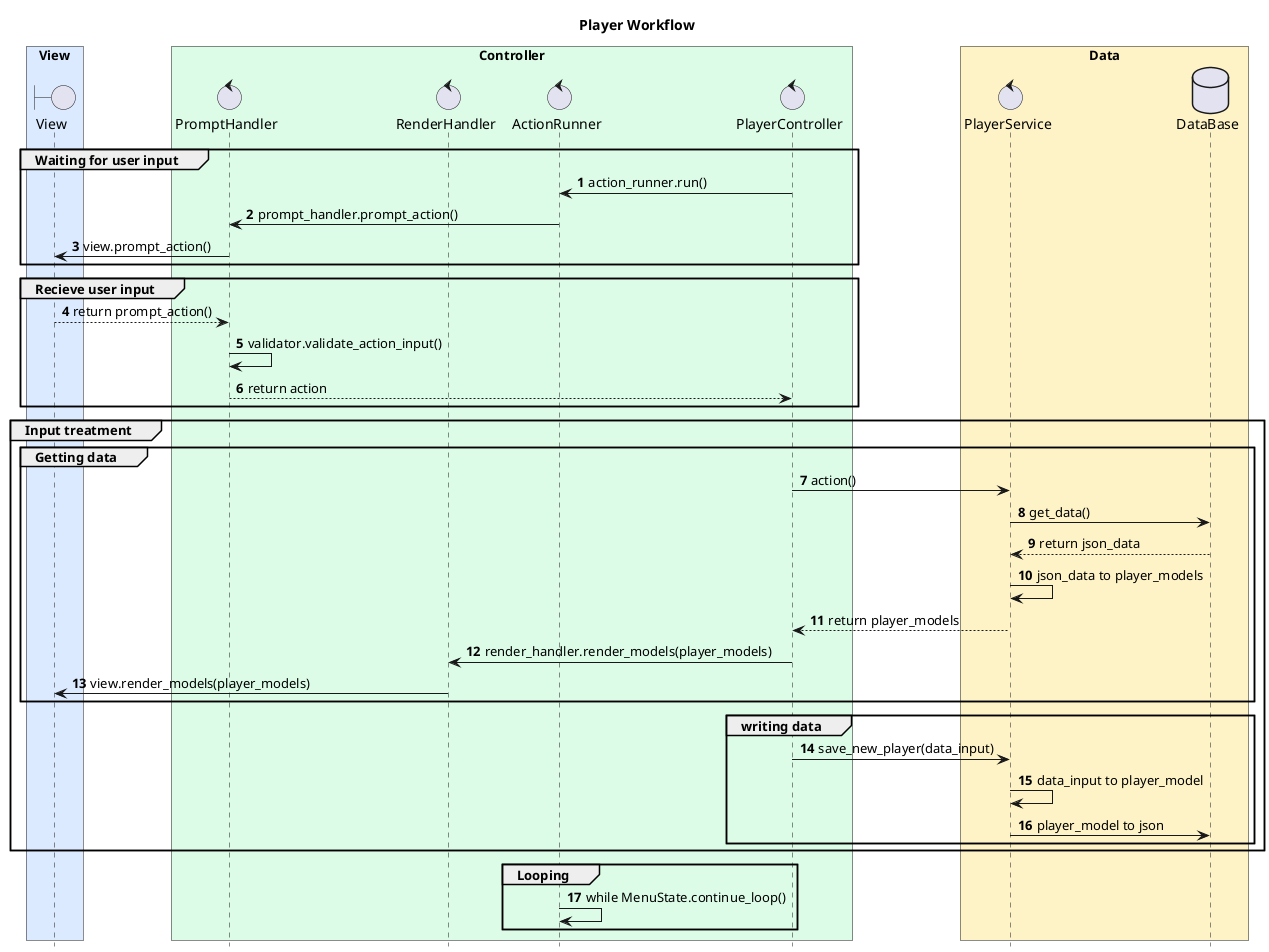
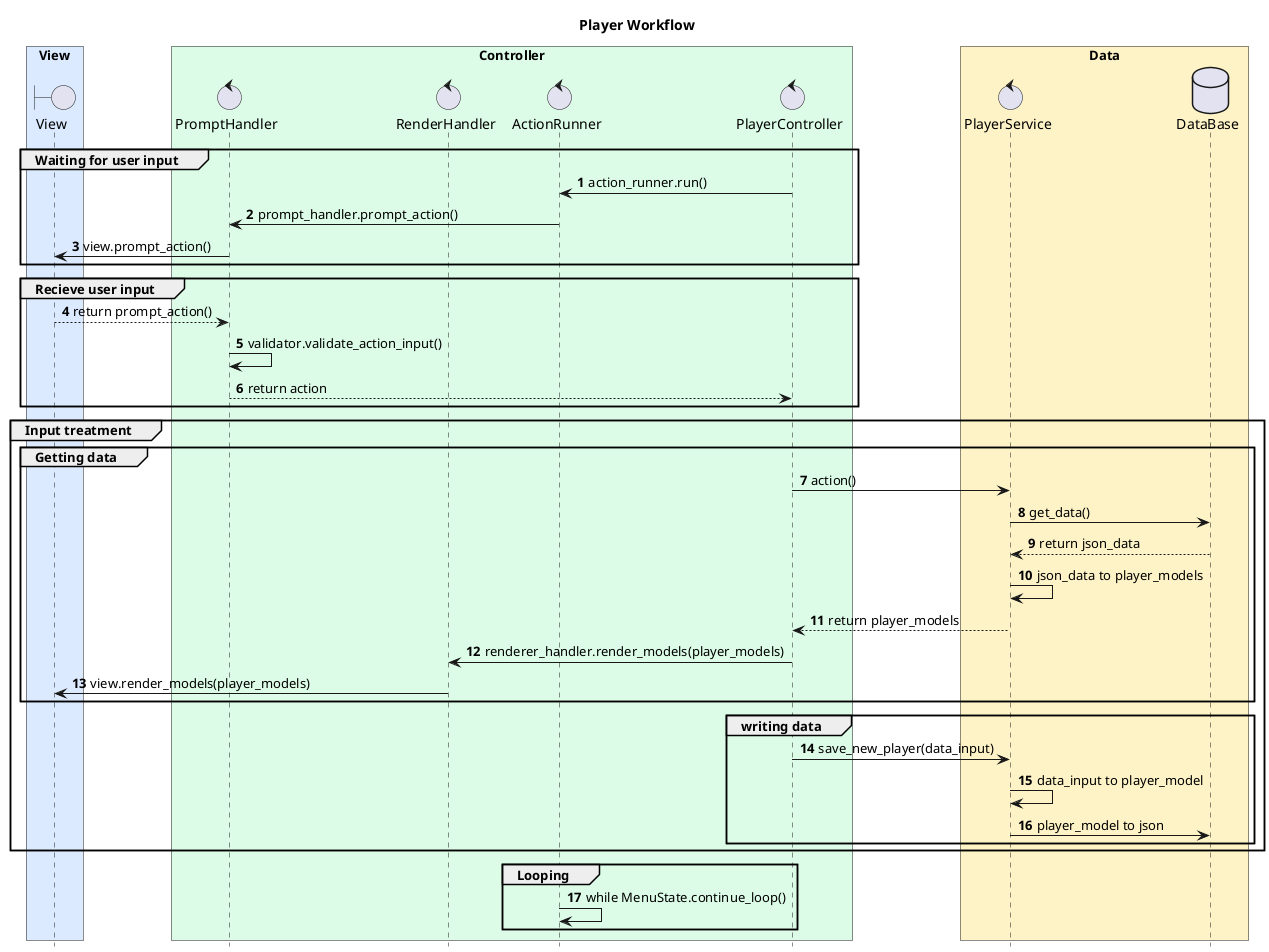
@startuml player_architecture
title Player Workflow

hide footbox

autonumber

box "View" #DBEAFE
    boundary View

end box

box "Controller" #DCFCE7
control PromptHandler
    control RenderHandler
    control ActionRunner
    control PlayerController

end box

box "Data" #FEF3C7
    control PlayerService
    database DataBase
end box



group Waiting for user input
    PlayerController -> ActionRunner : action_runner.run()
    ActionRunner -> PromptHandler : prompt_handler.prompt_action()
    PromptHandler -> View : view.prompt_action()
end

group Recieve user input
    View --> PromptHandler : return prompt_action()
    PromptHandler -> PromptHandler : validator.validate_action_input()
    PromptHandler --> PlayerController : return action
end

group Input treatment
    group Getting data
        PlayerController -> PlayerService : action()
        PlayerService -> DataBase : get_data()
        DataBase --> PlayerService : return json_data
        PlayerService -> PlayerService : json_data to player_models
        PlayerService --> PlayerController : return player_models
-         PlayerController -> RenderHandler  : render_handler.render_models(player_models)
+         PlayerController -> RenderHandler  : renderer_handler.render_models(player_models)
        RenderHandler -> View : view.render_models(player_models)
    end

    group writing data
        PlayerController -> PlayerService : save_new_player(data_input)
        PlayerService -> PlayerService : data_input to player_model
        PlayerService -> DataBase : player_model to json
    end
end


group Looping
    ActionRunner -> ActionRunner : while MenuState.continue_loop()
end




@endumld